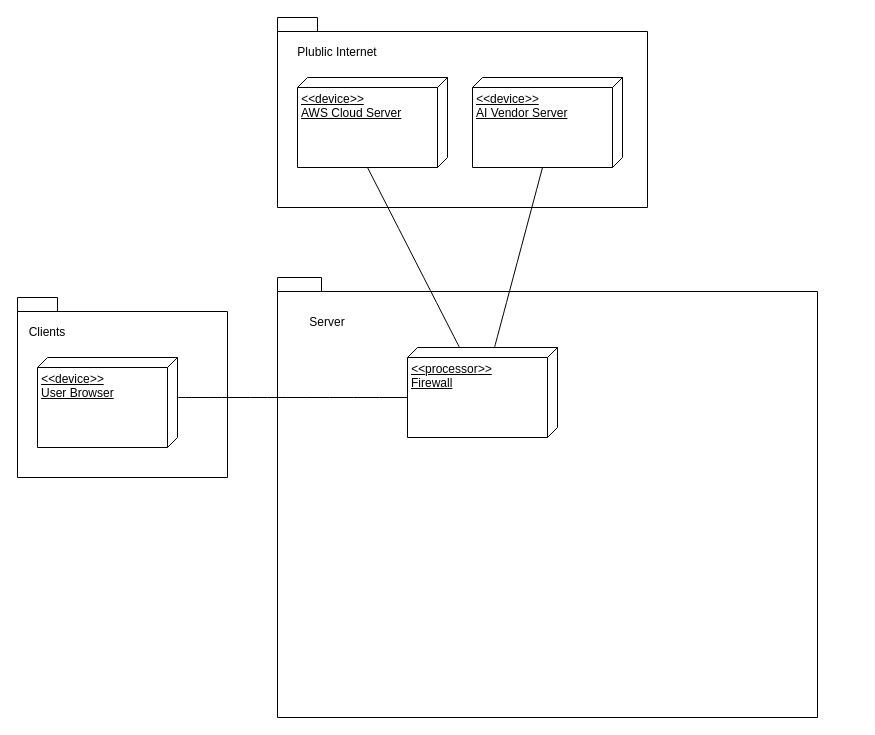
Before: UMLs/DC_PhysicalView_DeploymentUML.drawio in AndyC00/Diagrams, a draw.io diagram. Source tidied: cells renumbered, new cells numbered last; positions are measured from the earlier drawing's top-left corner, leaving out a move shared by most shapes. Both pictures are drawn from the tidied source at 100%, with x=0, y=0 at pixel (17, 17).
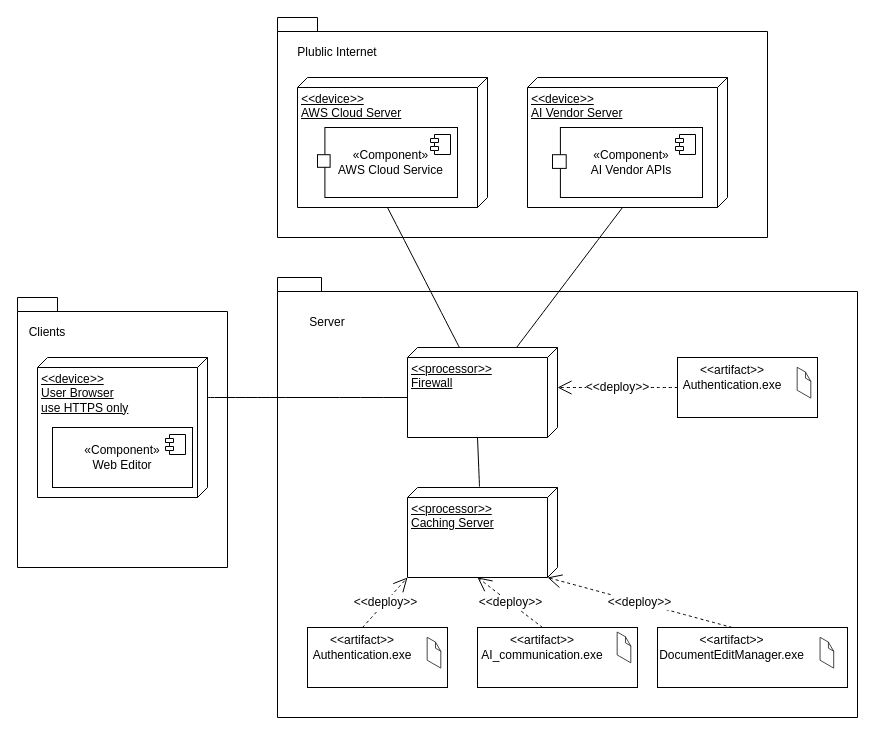
The same page after the edit.

Commit message:
draft complete

Unchanged cells that the change refers to:
```xml
<mxCell id="3" value="&lt;div&gt;&lt;i style=&quot;text-align: center;&quot;&gt;&amp;lt;&amp;lt;&lt;/i&gt;&lt;span style=&quot;text-align: center;&quot;&gt;processor&lt;/span&gt;&lt;i style=&quot;text-align: center;&quot;&gt;&amp;gt;&amp;gt;&lt;/i&gt;&lt;br style=&quot;text-align: center;&quot;&gt;&lt;/div&gt;Firewall" style="verticalAlign=top;align=left;spacingTop=8;spacingLeft=2;spacingRight=12;shape=cube;size=10;direction=south;fontStyle=4;html=1;whiteSpace=wrap;" parent="1" vertex="1">
  <mxGeometry x="390" y="330" width="150" height="90" as="geometry" />
</mxCell>
```

Diff of the diagram source:
```diff
@@
     <mxCell id="2" style="shape=folder;fontStyle=1;spacingTop=10;tabWidth=40;tabHeight=14;tabPosition=left;html=1;whiteSpace=wrap;" parent="1" vertex="1">
-      <mxGeometry x="260" y="260" width="540" height="440" as="geometry" />
+      <mxGeometry x="260" y="260" width="580" height="440" as="geometry" />
     </mxCell>
@@
     <mxCell id="5" style="shape=folder;fontStyle=1;spacingTop=10;tabWidth=40;tabHeight=14;tabPosition=left;html=1;whiteSpace=wrap;" parent="1" vertex="1">
-      <mxGeometry x="260" width="370" height="190" as="geometry" />
+      <mxGeometry x="260" width="490" height="220" as="geometry" />
     </mxCell>
@@
     <mxCell id="7" style="group;" parent="1" vertex="1">
-      <mxGeometry y="280" width="240" height="220" as="geometry" />
+      <mxGeometry y="280" width="240" height="270" as="geometry" />
     </mxCell>
     <mxCell id="8" style="shape=folder;fontStyle=1;spacingTop=10;tabWidth=40;tabHeight=14;tabPosition=left;html=1;whiteSpace=wrap;" parent="7" vertex="1">
-      <mxGeometry width="210" height="180" as="geometry" />
+      <mxGeometry width="210" height="270" as="geometry" />
     </mxCell>
-    <mxCell id="9" value="&lt;div&gt;&lt;i style=&quot;text-align: center;&quot;&gt;&amp;lt;&amp;lt;&lt;/i&gt;&lt;span style=&quot;text-align: center;&quot;&gt;device&lt;/span&gt;&lt;i style=&quot;text-align: center;&quot;&gt;&amp;gt;&amp;gt;&lt;/i&gt;&lt;br style=&quot;text-align: center;&quot;&gt;&lt;/div&gt;User Browser" style="verticalAlign=top;align=left;spacingTop=8;spacingLeft=2;spacingRight=12;shape=cube;size=10;direction=south;fontStyle=4;html=1;whiteSpace=wrap;" parent="7" vertex="1">
-      <mxGeometry x="20" y="60" width="140" height="90" as="geometry" />
+    <mxCell id="9" value="&lt;div&gt;&lt;i style=&quot;text-align: center;&quot;&gt;&amp;lt;&amp;lt;&lt;/i&gt;&lt;span style=&quot;text-align: center;&quot;&gt;device&lt;/span&gt;&lt;i style=&quot;text-align: center;&quot;&gt;&amp;gt;&amp;gt;&lt;/i&gt;&lt;br style=&quot;text-align: center;&quot;&gt;&lt;/div&gt;User Browser&lt;div&gt;use HTTPS only&lt;/div&gt;" style="verticalAlign=top;align=left;spacingTop=8;spacingLeft=2;spacingRight=12;shape=cube;size=10;direction=south;fontStyle=4;html=1;whiteSpace=wrap;" parent="7" vertex="1">
+      <mxGeometry x="20" y="60" width="170" height="140" as="geometry" />
     </mxCell>
@@
+    <mxCell id="16" value="«Component»&lt;br&gt;Web Editor" style="html=1;whiteSpace=wrap;" parent="7" vertex="1">
+      <mxGeometry x="35" y="130" width="140" height="60" as="geometry" />
+    </mxCell>
+    <mxCell id="17" style="shape=module;jettyWidth=8;jettyHeight=4;" parent="16" vertex="1">
+      <mxGeometry x="1" width="20" height="20" relative="1" as="geometry">
+        <mxPoint x="-27" y="7" as="offset" />
+      </mxGeometry>
+    </mxCell>
@@
     <mxCell id="12" value="&lt;div&gt;&lt;i style=&quot;text-align: center;&quot;&gt;&amp;lt;&amp;lt;&lt;/i&gt;&lt;span style=&quot;text-align: center;&quot;&gt;device&lt;/span&gt;&lt;i style=&quot;text-align: center;&quot;&gt;&amp;gt;&amp;gt;&lt;/i&gt;&lt;br style=&quot;text-align: center;&quot;&gt;&lt;/div&gt;AWS Cloud Server" style="verticalAlign=top;align=left;spacingTop=8;spacingLeft=2;spacingRight=12;shape=cube;size=10;direction=south;fontStyle=4;html=1;whiteSpace=wrap;" parent="1" vertex="1">
-      <mxGeometry x="280" y="60" width="150" height="90" as="geometry" />
+      <mxGeometry x="280" y="60" width="190" height="130" as="geometry" />
     </mxCell>
     <mxCell id="13" value="&lt;div&gt;&lt;i style=&quot;text-align: center;&quot;&gt;&amp;lt;&amp;lt;&lt;/i&gt;&lt;span style=&quot;text-align: center;&quot;&gt;device&lt;/span&gt;&lt;i style=&quot;text-align: center;&quot;&gt;&amp;gt;&amp;gt;&lt;/i&gt;&lt;br style=&quot;text-align: center;&quot;&gt;&lt;/div&gt;AI Vendor Server" style="verticalAlign=top;align=left;spacingTop=8;spacingLeft=2;spacingRight=12;shape=cube;size=10;direction=south;fontStyle=4;html=1;whiteSpace=wrap;" parent="1" vertex="1">
-      <mxGeometry x="455" y="60" width="150" height="90" as="geometry" />
+      <mxGeometry x="510" y="60" width="200" height="130" as="geometry" />
     </mxCell>
-    <mxCell id="14" style="endArrow=none;html=1;rounded=0;fontSize=12;startSize=8;endSize=8;curved=1;entryX=0;entryY=0;entryDx=90;entryDy=80;entryPerimeter=0;" parent="1" edge="1" source="3" target="12">
+    <mxCell id="14" style="endArrow=none;html=1;rounded=0;fontSize=12;startSize=8;endSize=8;curved=1;entryX=0;entryY=0;entryDx=130;entryDy=100;entryPerimeter=0;" parent="1" edge="1" source="3" target="12">
       <mxGeometry relative="1" as="geometry" />
     </mxCell>
-    <mxCell id="15" style="endArrow=none;html=1;rounded=0;fontSize=12;startSize=8;endSize=8;curved=1;entryX=0;entryY=0;entryDx=90;entryDy=80;entryPerimeter=0;" parent="1" edge="1" source="3" target="13">
+    <mxCell id="15" style="endArrow=none;html=1;rounded=0;fontSize=12;startSize=8;endSize=8;curved=1;entryX=0;entryY=0;entryDx=130;entryDy=105;entryPerimeter=0;" parent="1" edge="1" source="3" target="13">
       <mxGeometry relative="1" as="geometry" />
     </mxCell>
+    <mxCell id="18" style="group;" parent="1" vertex="1">
+      <mxGeometry x="300" y="110" width="140" height="70" as="geometry" />
+    </mxCell>
+    <mxCell id="19" value="«Component»&lt;br&gt;AWS Cloud Service" style="html=1;whiteSpace=wrap;" parent="18" vertex="1">
+      <mxGeometry x="7.4" width="132.6" height="70" as="geometry" />
+    </mxCell>
+    <mxCell id="20" style="shape=module;jettyWidth=8;jettyHeight=4;" parent="19" vertex="1">
+      <mxGeometry x="1" width="20" height="20" relative="1" as="geometry">
+        <mxPoint x="-27" y="7" as="offset" />
+      </mxGeometry>
+    </mxCell>
+    <mxCell id="21" style="whiteSpace=wrap;html=1;" parent="18" vertex="1">
+      <mxGeometry y="27.2" width="12.6" height="12.6" as="geometry" />
+    </mxCell>
+    <mxCell id="22" style="group;" parent="1" vertex="1">
+      <mxGeometry x="535" y="110" width="150" height="70" as="geometry" />
+    </mxCell>
+    <mxCell id="23" value="«Component»&lt;br&gt;AI Vendor APIs" style="html=1;whiteSpace=wrap;" parent="22" vertex="1">
+      <mxGeometry x="7.9" width="142.1" height="70" as="geometry" />
+    </mxCell>
+    <mxCell id="24" style="shape=module;jettyWidth=8;jettyHeight=4;" parent="23" vertex="1">
+      <mxGeometry x="1" width="20" height="20" relative="1" as="geometry">
+        <mxPoint x="-27" y="7" as="offset" />
+      </mxGeometry>
+    </mxCell>
+    <mxCell id="25" style="whiteSpace=wrap;html=1;" parent="22" vertex="1">
+      <mxGeometry y="27.2" width="13.7" height="13.7" as="geometry" />
+    </mxCell>
+    <mxCell id="26" value="&lt;div&gt;&lt;i style=&quot;text-align: center;&quot;&gt;&amp;lt;&amp;lt;&lt;/i&gt;&lt;span style=&quot;text-align: center;&quot;&gt;processor&lt;/span&gt;&lt;i style=&quot;text-align: center;&quot;&gt;&amp;gt;&amp;gt;&lt;/i&gt;&lt;br style=&quot;text-align: center;&quot;&gt;&lt;/div&gt;Caching Server" style="verticalAlign=top;align=left;spacingTop=8;spacingLeft=2;spacingRight=12;shape=cube;size=10;direction=south;fontStyle=4;html=1;whiteSpace=wrap;" parent="1" vertex="1">
+      <mxGeometry x="390" y="470" width="150" height="90" as="geometry" />
+    </mxCell>
+    <mxCell id="27" style="endArrow=none;html=1;rounded=0;fontSize=12;startSize=8;endSize=8;curved=1;entryX=0;entryY=0;entryDx=90;entryDy=80;entryPerimeter=0;exitX=-0.01;exitY=0.52;exitDx=0;exitDy=0;exitPerimeter=0;" parent="1" edge="1" source="26" target="3">
+      <mxGeometry relative="1" as="geometry" />
+    </mxCell>
+    <mxCell id="28" value="&amp;lt;&amp;lt;deploy&amp;gt;&amp;gt;" style="endArrow=open;endSize=12;dashed=1;html=1;rounded=0;fontSize=12;curved=1;exitX=0;exitY=0.75;exitDx=0;exitDy=0;entryX=0;entryY=0;entryDx=40;entryDy=0;entryPerimeter=0;" parent="1" edge="1" source="32" target="3">
+      <mxGeometry relative="1" as="geometry" />
+    </mxCell>
+    <mxCell id="29" style="group;" parent="1" vertex="1">
+      <mxGeometry x="660" y="340" width="140" height="60" as="geometry" />
+    </mxCell>
+    <mxCell id="30" style="rounded=0;whiteSpace=wrap;html=1;" parent="29" vertex="1">
+      <mxGeometry width="140" height="60" as="geometry" />
+    </mxCell>
+    <mxCell id="31" style="verticalLabelPosition=bottom;html=1;verticalAlign=top;strokeWidth=1;align=center;dashed=0;shape=mxgraph.aws3d.file;strokeColor=#292929;" parent="29" vertex="1">
+      <mxGeometry x="120" y="10" width="13.3" height="30.6" as="geometry" />
+    </mxCell>
+    <mxCell id="32" value="&amp;lt;&amp;lt;artifact&amp;gt;&amp;gt;&lt;div&gt;Authentication.exe&lt;/div&gt;" style="text;html=1;align=center;verticalAlign=middle;whiteSpace=wrap;rounded=0;" parent="29" vertex="1">
+      <mxGeometry width="110" height="40" as="geometry" />
+    </mxCell>
+    <mxCell id="33" style="group;" parent="1" vertex="1">
+      <mxGeometry x="290" y="610" width="140" height="60" as="geometry" />
+    </mxCell>
+    <mxCell id="34" style="group;" parent="33" vertex="1">
+      <mxGeometry width="140" height="60" as="geometry" />
+    </mxCell>
+    <mxCell id="35" style="rounded=0;whiteSpace=wrap;html=1;" parent="34" vertex="1">
+      <mxGeometry width="140" height="60" as="geometry" />
+    </mxCell>
+    <mxCell id="36" style="verticalLabelPosition=bottom;html=1;verticalAlign=top;strokeWidth=1;align=center;dashed=0;shape=mxgraph.aws3d.file;strokeColor=#292929;" parent="34" vertex="1">
+      <mxGeometry x="120" y="10" width="13.3" height="30.6" as="geometry" />
+    </mxCell>
+    <mxCell id="37" value="&amp;lt;&amp;lt;artifact&amp;gt;&amp;gt;&lt;div&gt;Authentication.exe&lt;/div&gt;" style="text;html=1;align=center;verticalAlign=middle;whiteSpace=wrap;rounded=0;" parent="34" vertex="1">
+      <mxGeometry width="110" height="40" as="geometry" />
+    </mxCell>
+    <mxCell id="38" value="&amp;lt;&amp;lt;deploy&amp;gt;&amp;gt;" style="endArrow=open;endSize=12;dashed=1;html=1;rounded=0;fontSize=12;curved=1;exitX=0.5;exitY=0;exitDx=0;exitDy=0;entryX=1;entryY=1;entryDx=0;entryDy=0;entryPerimeter=0;" parent="33" edge="1" source="37" target="26">
+      <mxGeometry relative="1" as="geometry" />
+    </mxCell>
+    <mxCell id="39" style="group;" parent="1" vertex="1">
+      <mxGeometry x="460" y="610" width="160" height="60" as="geometry" />
+    </mxCell>
+    <mxCell id="40" style="group;" parent="39" vertex="1">
+      <mxGeometry width="160" height="60" as="geometry" />
+    </mxCell>
+    <mxCell id="41" style="rounded=0;whiteSpace=wrap;html=1;" parent="40" vertex="1">
+      <mxGeometry width="160" height="60" as="geometry" />
+    </mxCell>
+    <mxCell id="42" style="verticalLabelPosition=bottom;html=1;verticalAlign=top;strokeWidth=1;align=center;dashed=0;shape=mxgraph.aws3d.file;strokeColor=#292929;" parent="40" vertex="1">
+      <mxGeometry x="140" y="4.7" width="13.3" height="30.6" as="geometry" />
+    </mxCell>
+    <mxCell id="43" value="&amp;lt;&amp;lt;artifact&amp;gt;&amp;gt;&lt;div&gt;AI_communication.exe&lt;/div&gt;" style="text;html=1;align=center;verticalAlign=middle;whiteSpace=wrap;rounded=0;" parent="40" vertex="1">
+      <mxGeometry x="10" width="110" height="40" as="geometry" />
+    </mxCell>
+    <mxCell id="44" style="group;" parent="1" vertex="1">
+      <mxGeometry x="640" y="610" width="190" height="60" as="geometry" />
+    </mxCell>
+    <mxCell id="45" style="group;" parent="44" vertex="1">
+      <mxGeometry width="190" height="60" as="geometry" />
+    </mxCell>
+    <mxCell id="46" style="rounded=0;whiteSpace=wrap;html=1;" parent="45" vertex="1">
+      <mxGeometry width="190" height="60" as="geometry" />
+    </mxCell>
+    <mxCell id="47" style="verticalLabelPosition=bottom;html=1;verticalAlign=top;strokeWidth=1;align=center;dashed=0;shape=mxgraph.aws3d.file;strokeColor=#292929;" parent="45" vertex="1">
+      <mxGeometry x="162.9" y="10" width="13.3" height="30.6" as="geometry" />
+    </mxCell>
+    <mxCell id="48" value="&amp;lt;&amp;lt;artifact&amp;gt;&amp;gt;&lt;div&gt;DocumentEditManager.exe&lt;/div&gt;" style="text;html=1;align=center;verticalAlign=middle;whiteSpace=wrap;rounded=0;" parent="45" vertex="1">
+      <mxGeometry width="149.3" height="40" as="geometry" />
+    </mxCell>
+    <mxCell id="49" value="&amp;lt;&amp;lt;deploy&amp;gt;&amp;gt;" style="endArrow=open;endSize=12;dashed=1;html=1;rounded=0;fontSize=12;curved=1;exitX=0.5;exitY=0;exitDx=0;exitDy=0;entryX=0;entryY=0;entryDx=90;entryDy=80;entryPerimeter=0;" parent="1" edge="1" source="43" target="26">
+      <mxGeometry relative="1" as="geometry" />
+    </mxCell>
+    <mxCell id="50" value="&amp;lt;&amp;lt;deploy&amp;gt;&amp;gt;" style="endArrow=open;endSize=12;dashed=1;html=1;rounded=0;fontSize=12;curved=1;exitX=0.5;exitY=0;exitDx=0;exitDy=0;entryX=0;entryY=0;entryDx=90;entryDy=10;entryPerimeter=0;" parent="1" edge="1" source="48" target="26">
+      <mxGeometry relative="1" as="geometry" />
+    </mxCell>
```
